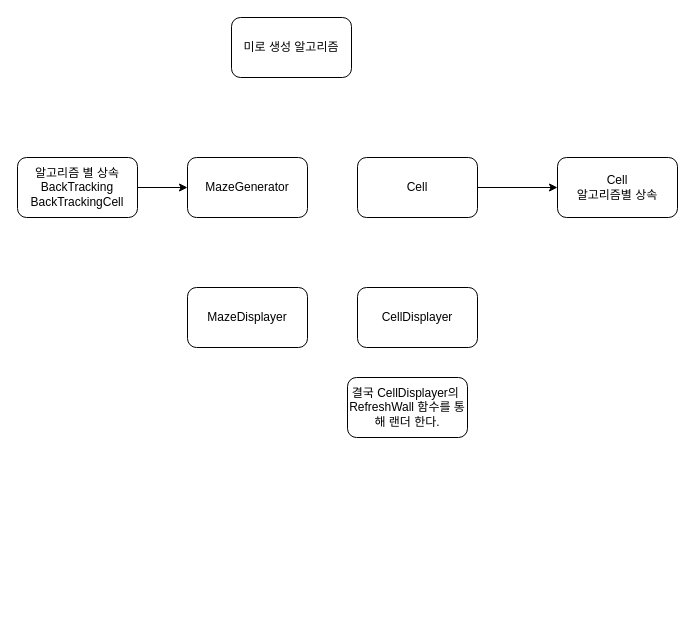
This is 다이어그램/미로생성 알고리즘.drawio from steelfs/JY, a draw.io file, before an edit. Source tidied: cells renumbered, new cells numbered last; positions are measured from the earlier drawing's top-left corner, leaving out a move shared by most shapes. Both pictures are drawn from the tidied source at 100%, with x=0, y=0 at pixel (17, 17).
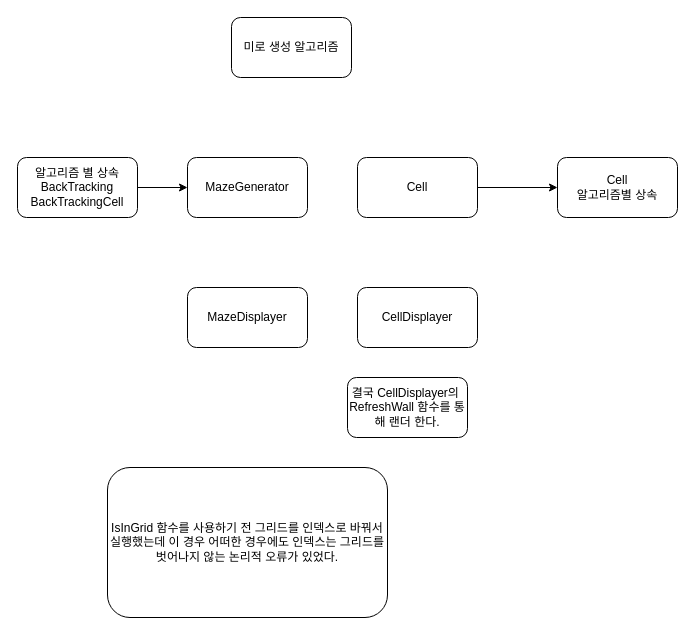
The same diagram, later.

What changed in the source:
```diff
@@
 <mxGraphModel>
   <root>
     <mxCell id="0" />
     <mxCell id="1" parent="0" />
     <mxCell id="2" value="미로 생성 알고리즘" style="rounded=1;whiteSpace=wrap;html=1;" parent="1" vertex="1">
       <mxGeometry x="214" width="120" height="60" as="geometry" />
     </mxCell>
     <mxCell id="3" value="MazeGenerator" style="rounded=1;whiteSpace=wrap;html=1;" parent="1" vertex="1">
       <mxGeometry x="170" y="140" width="120" height="60" as="geometry" />
     </mxCell>
     <mxCell id="4" style="edgeStyle=orthogonalEdgeStyle;rounded=0;jettySize=auto;html=1;" parent="1" edge="1" source="5" target="11">
       <mxGeometry relative="1" as="geometry" />
     </mxCell>
     <mxCell id="5" value="Cell" style="rounded=1;whiteSpace=wrap;html=1;" parent="1" vertex="1">
       <mxGeometry x="340" y="140" width="120" height="60" as="geometry" />
     </mxCell>
     <mxCell id="6" value="MazeDisplayer" style="rounded=1;whiteSpace=wrap;html=1;" parent="1" vertex="1">
       <mxGeometry x="170" y="270" width="120" height="60" as="geometry" />
     </mxCell>
     <mxCell id="7" value="CellDisplayer" style="rounded=1;whiteSpace=wrap;html=1;" parent="1" vertex="1">
       <mxGeometry x="340" y="270" width="120" height="60" as="geometry" />
     </mxCell>
     <mxCell id="8" value="결국 CellDisplayer의&amp;nbsp;&lt;br&gt;RefreshWall 함수를 통해 랜더 한다." style="rounded=1;whiteSpace=wrap;html=1;" parent="1" vertex="1">
       <mxGeometry x="330" y="360" width="120" height="60" as="geometry" />
     </mxCell>
     <mxCell id="9" style="edgeStyle=orthogonalEdgeStyle;rounded=0;jettySize=auto;html=1;" parent="1" edge="1" source="10" target="3">
       <mxGeometry relative="1" as="geometry" />
     </mxCell>
     <mxCell id="10" value="알고리즘 별 상속&lt;br&gt;BackTracking&lt;br&gt;BackTrackingCell" style="rounded=1;whiteSpace=wrap;html=1;" parent="1" vertex="1">
       <mxGeometry y="140" width="120" height="60" as="geometry" />
     </mxCell>
     <mxCell id="11" value="Cell&lt;br&gt;알고리즘별 상속" style="rounded=1;whiteSpace=wrap;html=1;" parent="1" vertex="1">
       <mxGeometry x="540" y="140" width="120" height="60" as="geometry" />
     </mxCell>
+    <mxCell id="12" value="IsInGrid 함수를 사용하기 전 그리드를 인덱스로 바꿔서 실행했는데 이 경우 어떠한 경우에도 인덱스는 그리드를 벗어나지 않는 논리적 오류가 있었다." style="rounded=1;whiteSpace=wrap;html=1;" parent="1" vertex="1">
+      <mxGeometry x="90" y="450" width="280" height="150" as="geometry" />
+    </mxCell>
   </root>
 </mxGraphModel>
```
